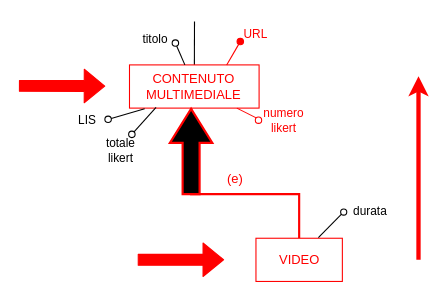
Mattron2000/Basi_di_dati keeps this draw.io diagram as Progetto Esame - DBSperimentazioni A.A. 2023-2024/Diagrammi/ridondanze/2.3.1.1_schema1b.drawio. Above is the earlier version. Source tidied: cells renumbered, new cells numbered last; positions are measured from the earlier drawing's top-left corner, leaving out a move shared by most shapes. Both pictures are drawn from the tidied source at 108%, with x=0, y=0 at pixel (18, 18).
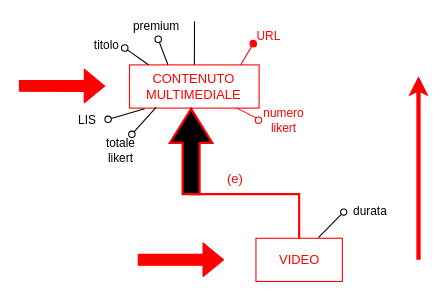
After the change.

The change refers to these unchanged cells:
```xml
<mxCell id="3" value="&lt;font color=&quot;#ff0000&quot;&gt;CONTENUTO&lt;br&gt;MULTIMEDIALE&lt;/font&gt;" style="rounded=0;whiteSpace=wrap;html=1;strokeColor=#FF0000;" parent="1" vertex="1">
  <mxGeometry x="102.4" y="42.6" width="120" height="40" as="geometry" />
</mxCell>
```

Change to the diagram source:
```diff
@@
-    <mxCell id="4" style="endArrow=oval;html=1;fillStyle=auto;strokeWidth=1;startSize=6;endSize=6;fillColor=#000000;startArrow=none;startFill=0;endFill=0;strokeColor=#000000;" parent="1" edge="1" source="3">
-      <mxGeometry relative="1" as="geometry">
-        <mxPoint x="144.9" y="22.4" as="targetPoint" />
-      </mxGeometry>
-    </mxCell>
-    <mxCell id="5" value="titolo" style="edgeLabel;html=1;align=center;verticalAlign=middle;" parent="4" vertex="1">
-      <mxGeometry x="0.48" y="1" relative="1" as="geometry">
-        <mxPoint x="-21" y="-10" as="offset" />
-      </mxGeometry>
-    </mxCell>
@@
-    <mxCell id="21" value="&lt;font color=&quot;#ff0000&quot; style=&quot;font-size: 11px;&quot;&gt;URL&lt;/font&gt;" style="text;html=1;align=center;verticalAlign=middle;strokeColor=none;fillColor=none;" parent="1" vertex="1">
-      <mxGeometry x="198.9" width="40" height="27" as="geometry" />
-    </mxCell>
@@
-    <mxCell id="24" style="endArrow=oval;html=1;fillStyle=auto;strokeWidth=1;startSize=6;endSize=6;fillColor=#000000;startArrow=none;startFill=0;endFill=1;fontColor=#FF0000;strokeColor=#FF0000;exitX=0.75;exitY=0;exitDx=0;exitDy=0;" parent="1" edge="1" source="3">
-      <mxGeometry relative="1" as="geometry">
-        <mxPoint x="205" y="21" as="targetPoint" />
-      </mxGeometry>
-    </mxCell>
+    <mxCell id="25" style="endArrow=oval;html=1;fillStyle=auto;strokeWidth=1;startSize=6;endSize=6;fillColor=#000000;startArrow=none;startFill=0;endFill=0;exitX=0.109;exitY=0.001;exitDx=0;exitDy=0;exitPerimeter=0;" parent="1" edge="1">
+      <mxGeometry relative="1" as="geometry">
+        <mxPoint x="119.9" y="42.5" as="sourcePoint" />
+        <mxPoint x="98" y="26.9" as="targetPoint" />
+      </mxGeometry>
+    </mxCell>
+    <mxCell id="5" value="titolo" style="edgeLabel;html=1;align=center;verticalAlign=middle;" parent="25" vertex="1">
+      <mxGeometry x="0.48" y="1" relative="1" as="geometry">
+        <mxPoint x="-23" y="-8" as="offset" />
+      </mxGeometry>
+    </mxCell>
+    <mxCell id="26" style="edgeStyle=none;shape=connector;rounded=1;fillStyle=auto;html=1;labelBackgroundColor=default;strokeColor=default;strokeWidth=1;fontFamily=Helvetica;fontSize=11;fontColor=default;endArrow=none;endFill=0;startSize=6;endSize=6;fillColor=#000000;startArrow=oval;startFill=0;" parent="1" edge="1">
+      <mxGeometry relative="1" as="geometry">
+        <mxPoint x="129" y="18.9" as="sourcePoint" />
+        <mxPoint x="138" y="42.5" as="targetPoint" />
+      </mxGeometry>
+    </mxCell>
+    <mxCell id="27" value="premium" style="edgeLabel;html=1;align=center;verticalAlign=middle;fontSize=11;fontFamily=Helvetica;fontColor=default;" parent="26" vertex="1">
+      <mxGeometry x="-0.26" y="1" relative="1" as="geometry">
+        <mxPoint x="-7" y="-20" as="offset" />
+      </mxGeometry>
+    </mxCell>
+    <mxCell id="21" value="&lt;font color=&quot;#ff0000&quot; style=&quot;font-size: 11px;&quot;&gt;URL&lt;/font&gt;" style="text;html=1;align=center;verticalAlign=middle;strokeColor=none;fillColor=none;" parent="1" vertex="1">
+      <mxGeometry x="206.4" y="1.4" width="50" height="30" as="geometry" />
+    </mxCell>
+    <mxCell id="28" style="endArrow=oval;html=1;fillStyle=auto;strokeWidth=1;startSize=6;endSize=6;fillColor=#000000;startArrow=none;startFill=0;endFill=1;exitX=0.821;exitY=0.003;exitDx=0;exitDy=0;exitPerimeter=0;strokeColor=#FF0000;" parent="1" edge="1">
+      <mxGeometry relative="1" as="geometry">
+        <mxPoint x="205.3" y="42.6" as="sourcePoint" />
+        <mxPoint x="217" y="22.9" as="targetPoint" />
+      </mxGeometry>
+    </mxCell>
```
